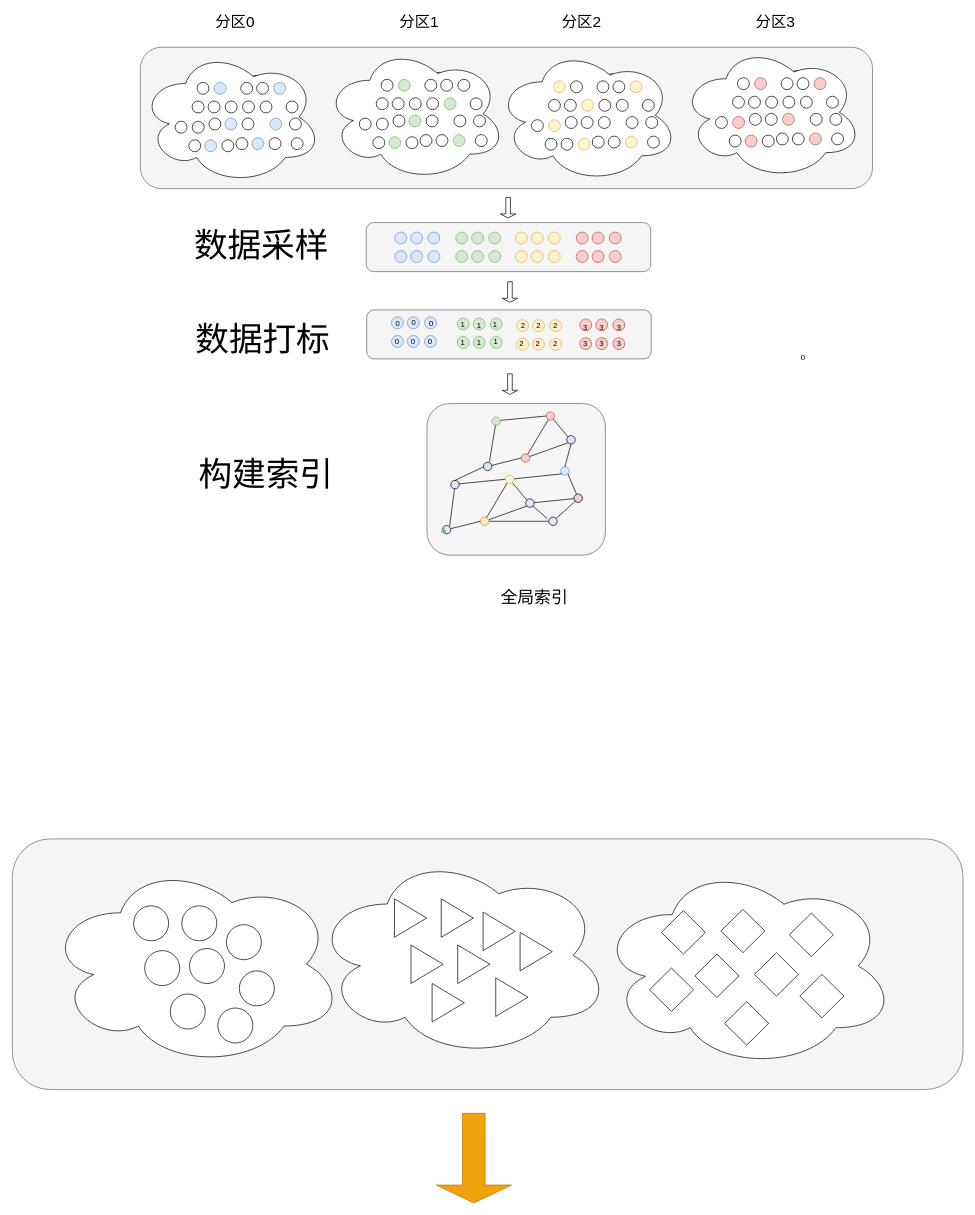
Earlier version of the draw.io diagram 2.drawio (huzhiyi123/drawio.hub). Source tidied: cells renumbered, new cells numbered last; positions are measured from the earlier drawing's top-left corner, leaving out a move shared by most shapes. Both pictures are drawn from the tidied source at 70%, with x=0, y=0 at pixel (12, 12).
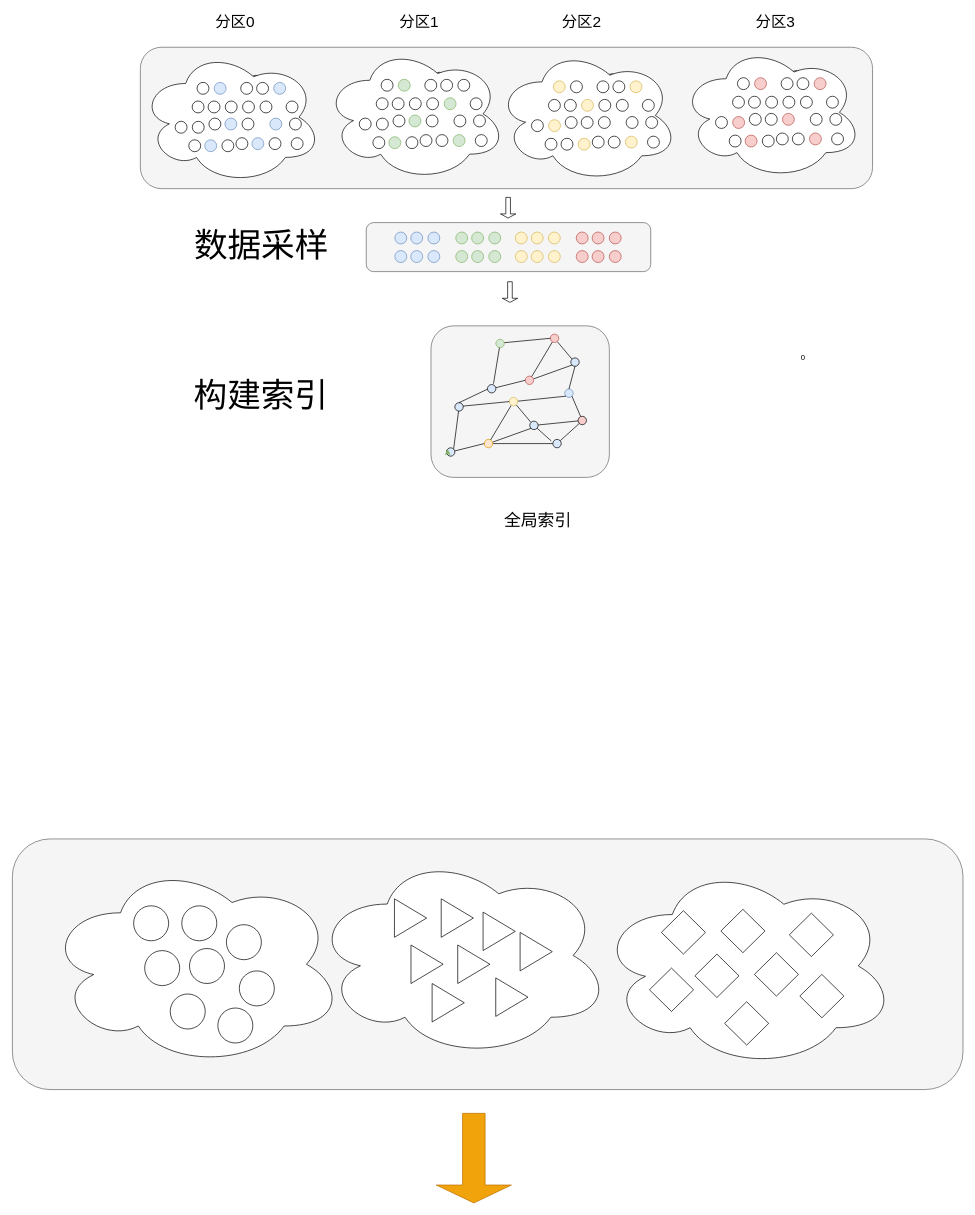
Above is the later version.

Diff of the diagram source:
```diff
@@
-    <mxCell id="5" style="rounded=1;whiteSpace=wrap;html=1;fontSize=12;strokeColor=#666666;fillColor=#f5f5f5;fontColor=#333333;" parent="1" vertex="1">
-      <mxGeometry x="506.4" y="425.2" width="406.4" height="70" as="geometry" />
-    </mxCell>
@@
     <mxCell id="8" style="rounded=1;whiteSpace=wrap;html=1;fontSize=12;strokeColor=#666666;fillColor=#f5f5f5;fontColor=#333333;" parent="1" vertex="1">
-      <mxGeometry x="592.5" y="559" width="254.8" height="216.5" as="geometry" />
+      <mxGeometry x="598.2" y="448" width="254.8" height="216.5" as="geometry" />
     </mxCell>
@@
     <mxCell id="237" style="ellipse;whiteSpace=wrap;html=1;fillColor=#dae8fc;strokeColor=#6c8ebf;" parent="1" vertex="1">
-      <mxGeometry x="783.5" y="649.2" width="12" height="12" as="geometry" />
+      <mxGeometry x="789.3" y="538.2" width="12" height="12" as="geometry" />
     </mxCell>
@@
     <mxCell id="239" style="ellipse;whiteSpace=wrap;html=1;fillColor=#f8cecc;strokeColor=#000000;" parent="1" vertex="1">
-      <mxGeometry x="802.5" y="688.2" width="12" height="12" as="geometry" />
+      <mxGeometry x="808.3" y="577.2" width="12" height="12" as="geometry" />
     </mxCell>
@@
     <mxCell id="241" style="ellipse;whiteSpace=wrap;html=1;fillColor=#dae8fc;strokeColor=#000000;" parent="1" vertex="1">
-      <mxGeometry x="766.5" y="721.2" width="12" height="12" as="geometry" />
+      <mxGeometry x="772.3" y="610.2" width="12" height="12" as="geometry" />
     </mxCell>
@@
     <mxCell id="244" style="ellipse;whiteSpace=wrap;html=1;fillColor=#ffe6cc;strokeColor=#d79b00;" parent="1" vertex="1">
-      <mxGeometry x="668.5" y="721.2" width="12" height="12" as="geometry" />
+      <mxGeometry x="674.3" y="610.2" width="12" height="12" as="geometry" />
     </mxCell>
@@
     <mxCell id="248" style="ellipse;whiteSpace=wrap;html=1;fillColor=#fff2cc;strokeColor=#d6b656;" parent="1" vertex="1">
-      <mxGeometry x="704.3" y="661.2" width="12" height="12" as="geometry" />
+      <mxGeometry x="710" y="550.2" width="12" height="12" as="geometry" />
     </mxCell>
@@
     <mxCell id="251" style="ellipse;whiteSpace=wrap;html=1;fillColor=#dae8fc;strokeColor=#000000;" parent="1" vertex="1">
-      <mxGeometry x="626.5" y="668.8" width="12" height="12" as="geometry" />
+      <mxGeometry x="632.3" y="557.8" width="12" height="12" as="geometry" />
     </mxCell>
@@
     <mxCell id="253" style="ellipse;whiteSpace=wrap;html=1;fillColor=#dae8fc;strokeColor=#000000;" parent="1" vertex="1">
-      <mxGeometry x="614.5" y="733.2" width="12" height="12" as="geometry" />
+      <mxGeometry x="620.3" y="622.2" width="12" height="12" as="geometry" />
     </mxCell>
@@
     <mxCell id="255" style="edgeStyle=none;rounded=0;jettySize=auto;html=1;endArrow=none;endFill=0;strokeColor=#000000;fillColor=#dae8fc;" parent="1" edge="1" source="256">
       <mxGeometry relative="1" as="geometry">
-        <mxPoint x="764.4" y="723.5" as="targetPoint" />
+        <mxPoint x="770.1" y="612.5" as="targetPoint" />
       </mxGeometry>
     </mxCell>
     <mxCell id="256" style="ellipse;whiteSpace=wrap;html=1;fillColor=#dae8fc;strokeColor=#000000;" parent="1" vertex="1">
-      <mxGeometry x="733.5" y="695.2" width="12" height="12" as="geometry" />
+      <mxGeometry x="739.3" y="584.2" width="12" height="12" as="geometry" />
     </mxCell>
@@
     <mxCell id="258" style="ellipse;whiteSpace=wrap;html=1;fillColor=#f8cecc;strokeColor=#b85450;" parent="1" vertex="1">
-      <mxGeometry x="727.2" y="630.8" width="12" height="12" as="geometry" />
+      <mxGeometry x="732.9" y="519.8" width="12" height="12" as="geometry" />
     </mxCell>
@@
     <mxCell id="261" style="ellipse;whiteSpace=wrap;html=1;fillColor=#f8cecc;strokeColor=#b85450;" parent="1" vertex="1">
-      <mxGeometry x="762.9" y="570.8" width="12" height="12" as="geometry" />
+      <mxGeometry x="768.7" y="459.8" width="12" height="12" as="geometry" />
     </mxCell>
@@
     <mxCell id="264" style="ellipse;whiteSpace=wrap;html=1;fillColor=#d5e8d4;strokeColor=#82b366;" parent="1" vertex="1">
-      <mxGeometry x="685.2" y="578.2" width="12" height="12" as="geometry" />
+      <mxGeometry x="690.9" y="467.2" width="12" height="12" as="geometry" />
     </mxCell>
@@
     <mxCell id="266" style="ellipse;whiteSpace=wrap;html=1;fillColor=#dae8fc;strokeColor=#000000;" parent="1" vertex="1">
-      <mxGeometry x="673.2" y="642.8" width="12" height="12" as="geometry" />
+      <mxGeometry x="678.9" y="531.8" width="12" height="12" as="geometry" />
     </mxCell>
     <mxCell id="267" style="ellipse;whiteSpace=wrap;html=1;fillColor=#dae8fc;strokeColor=#000000;" parent="1" vertex="1">
-      <mxGeometry x="792.2" y="604.8" width="12" height="12" as="geometry" />
+      <mxGeometry x="797.9" y="493.8" width="12" height="12" as="geometry" />
     </mxCell>
     <mxCell id="268" style="edgeStyle=none;rounded=0;jettySize=auto;html=1;endArrow=none;endFill=0;strokeColor=#000000;fillColor=#dae8fc;" parent="1" edge="1" source="264">
       <mxGeometry relative="1" as="geometry">
-        <mxPoint x="681.8" y="641.8" as="targetPoint" />
+        <mxPoint x="687.5" y="530.8" as="targetPoint" />
       </mxGeometry>
     </mxCell>
@@
     <mxCell id="272" value="&lt;font style=&quot;font-size: 24px&quot;&gt;全局索引&lt;/font&gt;" style="text;html=1;strokeColor=none;fillColor=none;align=center;verticalAlign=middle;whiteSpace=wrap;rounded=0;fontSize=12;" parent="1" vertex="1">
-      <mxGeometry x="687.5" y="810.2" width="116" height="53" as="geometry" />
+      <mxGeometry x="693.2" y="699.2" width="116" height="53" as="geometry" />
     </mxCell>
@@
-    <mxCell id="278" style="ellipse;whiteSpace=wrap;html=1;fontSize=14;fillColor=#dae8fc;strokeColor=#6c8ebf;" parent="1" vertex="1">
-      <mxGeometry x="541.8" y="435.2" width="17" height="17" as="geometry" />
-    </mxCell>
-    <mxCell id="279" style="ellipse;whiteSpace=wrap;html=1;fontSize=14;fillColor=#dae8fc;strokeColor=#6c8ebf;" parent="1" vertex="1">
-      <mxGeometry x="564.5" y="435.2" width="17" height="17" as="geometry" />
-    </mxCell>
-    <mxCell id="280" style="ellipse;whiteSpace=wrap;html=1;fontSize=14;fillColor=#dae8fc;strokeColor=#6c8ebf;" parent="1" vertex="1">
-      <mxGeometry x="541.8" y="461.8" width="17" height="17" as="geometry" />
-    </mxCell>
-    <mxCell id="281" style="ellipse;whiteSpace=wrap;html=1;fontSize=14;fillColor=#dae8fc;strokeColor=#6c8ebf;" parent="1" vertex="1">
-      <mxGeometry x="564.5" y="461.8" width="17" height="17" as="geometry" />
-    </mxCell>
-    <mxCell id="282" style="ellipse;whiteSpace=wrap;html=1;fontSize=14;fillColor=#dae8fc;strokeColor=#6c8ebf;" parent="1" vertex="1">
-      <mxGeometry x="589" y="435.2" width="17" height="17" as="geometry" />
-    </mxCell>
-    <mxCell id="283" style="ellipse;whiteSpace=wrap;html=1;fontSize=14;fillColor=#dae8fc;strokeColor=#6c8ebf;" parent="1" vertex="1">
-      <mxGeometry x="589" y="461.8" width="17" height="17" as="geometry" />
-    </mxCell>
-    <mxCell id="284" style="ellipse;whiteSpace=wrap;html=1;fontSize=14;fillColor=#d5e8d4;strokeColor=#82b366;" parent="1" vertex="1">
-      <mxGeometry x="635.7" y="436.8" width="17" height="17" as="geometry" />
-    </mxCell>
-    <mxCell id="285" style="ellipse;whiteSpace=wrap;html=1;fontSize=14;fillColor=#d5e8d4;strokeColor=#82b366;" parent="1" vertex="1">
-      <mxGeometry x="658.5" y="436.8" width="17" height="17" as="geometry" />
-    </mxCell>
-    <mxCell id="286" style="ellipse;whiteSpace=wrap;html=1;fontSize=14;fillColor=#d5e8d4;strokeColor=#82b366;" parent="1" vertex="1">
-      <mxGeometry x="635.7" y="463.2" width="17" height="17" as="geometry" />
-    </mxCell>
-    <mxCell id="287" style="ellipse;whiteSpace=wrap;html=1;fontSize=14;fillColor=#d5e8d4;strokeColor=#82b366;" parent="1" vertex="1">
-      <mxGeometry x="658.5" y="463.2" width="17" height="17" as="geometry" />
-    </mxCell>
-    <mxCell id="288" style="ellipse;whiteSpace=wrap;html=1;fontSize=14;fillColor=#d5e8d4;strokeColor=#82b366;" parent="1" vertex="1">
-      <mxGeometry x="683" y="436.8" width="17" height="17" as="geometry" />
-    </mxCell>
-    <mxCell id="289" style="ellipse;whiteSpace=wrap;html=1;fontSize=14;fillColor=#d5e8d4;strokeColor=#82b366;" parent="1" vertex="1">
-      <mxGeometry x="683" y="463.2" width="17" height="17" as="geometry" />
-    </mxCell>
-    <mxCell id="290" style="ellipse;whiteSpace=wrap;html=1;fontSize=14;fillColor=#fff2cc;strokeColor=#d6b656;" parent="1" vertex="1">
-      <mxGeometry x="720.6" y="439.2" width="17" height="17" as="geometry" />
-    </mxCell>
-    <mxCell id="291" style="ellipse;whiteSpace=wrap;html=1;fontSize=14;fillColor=#fff2cc;strokeColor=#d6b656;" parent="1" vertex="1">
-      <mxGeometry x="743.4" y="439.2" width="17" height="17" as="geometry" />
-    </mxCell>
-    <mxCell id="292" style="ellipse;whiteSpace=wrap;html=1;fontSize=14;fillColor=#fff2cc;strokeColor=#d6b656;" parent="1" vertex="1">
-      <mxGeometry x="720.6" y="465.8" width="17" height="17" as="geometry" />
-    </mxCell>
-    <mxCell id="293" style="ellipse;whiteSpace=wrap;html=1;fontSize=14;fillColor=#fff2cc;strokeColor=#d6b656;" parent="1" vertex="1">
-      <mxGeometry x="743.4" y="465.8" width="17" height="17" as="geometry" />
-    </mxCell>
-    <mxCell id="294" style="ellipse;whiteSpace=wrap;html=1;fontSize=14;fillColor=#fff2cc;strokeColor=#d6b656;" parent="1" vertex="1">
-      <mxGeometry x="767.9" y="439.2" width="17" height="17" as="geometry" />
-    </mxCell>
-    <mxCell id="295" style="ellipse;whiteSpace=wrap;html=1;fontSize=14;fillColor=#fff2cc;strokeColor=#d6b656;" parent="1" vertex="1">
-      <mxGeometry x="767.9" y="465.8" width="17" height="17" as="geometry" />
-    </mxCell>
-    <mxCell id="296" style="ellipse;whiteSpace=wrap;html=1;fontSize=14;fillColor=#f8cecc;strokeColor=#b85450;" parent="1" vertex="1">
-      <mxGeometry x="810.8" y="438.2" width="17" height="17" as="geometry" />
-    </mxCell>
-    <mxCell id="297" style="ellipse;whiteSpace=wrap;html=1;fontSize=14;fillColor=#f8cecc;strokeColor=#b85450;" parent="1" vertex="1">
-      <mxGeometry x="833.6" y="438.2" width="17" height="17" as="geometry" />
-    </mxCell>
-    <mxCell id="298" style="ellipse;whiteSpace=wrap;html=1;fontSize=14;fillColor=#f8cecc;strokeColor=#b85450;" parent="1" vertex="1">
-      <mxGeometry x="810.8" y="464.8" width="17" height="17" as="geometry" />
-    </mxCell>
-    <mxCell id="299" style="ellipse;whiteSpace=wrap;html=1;fontSize=14;fillColor=#f8cecc;strokeColor=#b85450;" parent="1" vertex="1">
-      <mxGeometry x="833.6" y="464.8" width="17" height="17" as="geometry" />
-    </mxCell>
-    <mxCell id="300" style="ellipse;whiteSpace=wrap;html=1;fontSize=14;fillColor=#f8cecc;strokeColor=#b85450;" parent="1" vertex="1">
-      <mxGeometry x="858.1" y="438.2" width="17" height="17" as="geometry" />
-    </mxCell>
-    <mxCell id="301" style="ellipse;whiteSpace=wrap;html=1;fontSize=14;fillColor=#f8cecc;strokeColor=#b85450;" parent="1" vertex="1">
-      <mxGeometry x="858.1" y="464.8" width="17" height="17" as="geometry" />
-    </mxCell>
-    <mxCell id="302" value="0" style="text;html=1;strokeColor=none;fillColor=none;align=center;verticalAlign=middle;whiteSpace=wrap;rounded=0;fontSize=11;" parent="1" vertex="1">
-      <mxGeometry x="520.9" y="429.8" width="60" height="30" as="geometry" />
-    </mxCell>
-    <mxCell id="303" value="0" style="text;html=1;strokeColor=none;fillColor=none;align=center;verticalAlign=middle;whiteSpace=wrap;rounded=0;fontSize=11;" parent="1" vertex="1">
-      <mxGeometry x="543.6" y="429.2" width="60" height="30" as="geometry" />
-    </mxCell>
-    <mxCell id="304" value="0" style="text;html=1;strokeColor=none;fillColor=none;align=center;verticalAlign=middle;whiteSpace=wrap;rounded=0;fontSize=11;" parent="1" vertex="1">
-      <mxGeometry x="520.3" y="455.2" width="60" height="30" as="geometry" />
-    </mxCell>
-    <mxCell id="305" value="0" style="text;html=1;strokeColor=none;fillColor=none;align=center;verticalAlign=middle;whiteSpace=wrap;rounded=0;fontSize=11;" parent="1" vertex="1">
-      <mxGeometry x="569.3" y="429.8" width="60" height="30" as="geometry" />
-    </mxCell>
-    <mxCell id="306" value="3" style="text;html=1;strokeColor=none;fillColor=none;align=center;verticalAlign=middle;whiteSpace=wrap;rounded=0;fontSize=11;" parent="1" vertex="1">
-      <mxGeometry x="789.3" y="435.2" width="60" height="30" as="geometry" />
-    </mxCell>
-    <mxCell id="307" value="0" style="text;html=1;strokeColor=none;fillColor=none;align=center;verticalAlign=middle;whiteSpace=wrap;rounded=0;fontSize=11;" parent="1" vertex="1">
-      <mxGeometry x="566.8" y="455.8" width="60" height="30" as="geometry" />
-    </mxCell>
-    <mxCell id="308" value="0" style="text;html=1;strokeColor=none;fillColor=none;align=center;verticalAlign=middle;whiteSpace=wrap;rounded=0;fontSize=11;" parent="1" vertex="1">
-      <mxGeometry x="543" y="455.2" width="60" height="30" as="geometry" />
-    </mxCell>
-    <mxCell id="309" value="3" style="text;html=1;strokeColor=none;fillColor=none;align=center;verticalAlign=middle;whiteSpace=wrap;rounded=0;fontSize=11;" parent="1" vertex="1">
-      <mxGeometry x="812.1" y="435.2" width="60" height="30" as="geometry" />
-    </mxCell>
-    <mxCell id="310" value="3" style="text;html=1;strokeColor=none;fillColor=none;align=center;verticalAlign=middle;whiteSpace=wrap;rounded=0;fontSize=11;" parent="1" vertex="1">
-      <mxGeometry x="836.6" y="435.2" width="60" height="30" as="geometry" />
-    </mxCell>
-    <mxCell id="311" value="3" style="text;html=1;strokeColor=none;fillColor=none;align=center;verticalAlign=middle;whiteSpace=wrap;rounded=0;fontSize=11;" parent="1" vertex="1">
-      <mxGeometry x="789.3" y="458.2" width="59.9" height="30" as="geometry" />
-    </mxCell>
-    <mxCell id="312" value="3" style="text;html=1;strokeColor=none;fillColor=none;align=center;verticalAlign=middle;whiteSpace=wrap;rounded=0;fontSize=11;" parent="1" vertex="1">
-      <mxGeometry x="812.1" y="458.2" width="60" height="30" as="geometry" />
-    </mxCell>
-    <mxCell id="313" value="3" style="text;html=1;strokeColor=none;fillColor=none;align=center;verticalAlign=middle;whiteSpace=wrap;rounded=0;fontSize=11;" parent="1" vertex="1">
-      <mxGeometry x="836.6" y="458.2" width="60" height="30" as="geometry" />
-    </mxCell>
-    <mxCell id="314" value="2" style="text;html=1;strokeColor=none;fillColor=none;align=center;verticalAlign=middle;whiteSpace=wrap;rounded=0;fontSize=11;" parent="1" vertex="1">
-      <mxGeometry x="699.8" y="433.2" width="60" height="30" as="geometry" />
-    </mxCell>
-    <mxCell id="315" value="2" style="text;html=1;strokeColor=none;fillColor=none;align=center;verticalAlign=middle;whiteSpace=wrap;rounded=0;fontSize=11;" parent="1" vertex="1">
-      <mxGeometry x="746.4" y="457.8" width="60" height="30" as="geometry" />
-    </mxCell>
-    <mxCell id="316" value="2" style="text;html=1;strokeColor=none;fillColor=none;align=center;verticalAlign=middle;whiteSpace=wrap;rounded=0;fontSize=11;" parent="1" vertex="1">
-      <mxGeometry x="721.3" y="459.2" width="60" height="30" as="geometry" />
-    </mxCell>
-    <mxCell id="317" value="2" style="text;html=1;strokeColor=none;fillColor=none;align=center;verticalAlign=middle;whiteSpace=wrap;rounded=0;fontSize=11;" parent="1" vertex="1">
-      <mxGeometry x="697.8" y="459.2" width="60" height="30" as="geometry" />
-    </mxCell>
-    <mxCell id="318" value="1" style="text;html=1;strokeColor=none;fillColor=none;align=center;verticalAlign=middle;whiteSpace=wrap;rounded=0;fontSize=11;" parent="1" vertex="1">
-      <mxGeometry x="614.3" y="431.2" width="60" height="30" as="geometry" />
-    </mxCell>
-    <mxCell id="319" value="1" style="text;html=1;strokeColor=none;fillColor=none;align=center;verticalAlign=middle;whiteSpace=wrap;rounded=0;fontSize=11;" parent="1" vertex="1">
-      <mxGeometry x="637" y="431.8" width="60" height="30" as="geometry" />
-    </mxCell>
-    <mxCell id="320" value="1" style="text;html=1;strokeColor=none;fillColor=none;align=center;verticalAlign=middle;whiteSpace=wrap;rounded=0;fontSize=11;" parent="1" vertex="1">
-      <mxGeometry x="659.8" y="431.2" width="60" height="30" as="geometry" />
-    </mxCell>
-    <mxCell id="321" value="1" style="text;html=1;strokeColor=none;fillColor=none;align=center;verticalAlign=middle;whiteSpace=wrap;rounded=0;fontSize=11;" parent="1" vertex="1">
-      <mxGeometry x="614" y="456.8" width="60" height="30" as="geometry" />
-    </mxCell>
-    <mxCell id="322" value="1" style="text;html=1;strokeColor=none;fillColor=none;align=center;verticalAlign=middle;whiteSpace=wrap;rounded=0;fontSize=11;" parent="1" vertex="1">
-      <mxGeometry x="637" y="456.8" width="60" height="30" as="geometry" />
-    </mxCell>
-    <mxCell id="323" value="1" style="text;html=1;strokeColor=none;fillColor=none;align=center;verticalAlign=middle;whiteSpace=wrap;rounded=0;fontSize=11;" parent="1" vertex="1">
-      <mxGeometry x="661.3" y="456.2" width="60" height="30" as="geometry" />
-    </mxCell>
-    <mxCell id="324" value="2" style="text;html=1;strokeColor=none;fillColor=none;align=center;verticalAlign=middle;whiteSpace=wrap;rounded=0;fontSize=11;" parent="1" vertex="1">
-      <mxGeometry x="721.9" y="433.2" width="60" height="30" as="geometry" />
-    </mxCell>
-    <mxCell id="325" value="2" style="text;html=1;strokeColor=none;fillColor=none;align=center;verticalAlign=middle;whiteSpace=wrap;rounded=0;fontSize=11;" parent="1" vertex="1">
-      <mxGeometry x="746.4" y="432.8" width="60" height="30" as="geometry" />
-    </mxCell>
@@
-    <mxCell id="327" style="shape=singleArrow;direction=south;whiteSpace=wrap;html=1;" parent="1" vertex="1">
-      <mxGeometry x="700" y="516.5" width="22" height="29.5" as="geometry" />
-    </mxCell>
@@
-    <mxCell id="329" value="&lt;font style=&quot;font-size: 48px&quot;&gt;数据打标&lt;/font&gt;" style="text;html=1;strokeColor=none;fillColor=none;align=center;verticalAlign=middle;whiteSpace=wrap;rounded=0;" parent="1" vertex="1">
-      <mxGeometry x="252.8" y="451.8" width="209.9" height="30" as="geometry" />
-    </mxCell>
     <mxCell id="330" value="&lt;font style=&quot;font-size: 48px&quot;&gt;构建索引&lt;/font&gt;" style="text;html=1;strokeColor=none;fillColor=none;align=center;verticalAlign=middle;whiteSpace=wrap;rounded=0;" parent="1" vertex="1">
-      <mxGeometry x="256.8" y="645" width="211.4" height="30" as="geometry" />
+      <mxGeometry x="250.4" y="532.2" width="211.4" height="30" as="geometry" />
     </mxCell>
```
